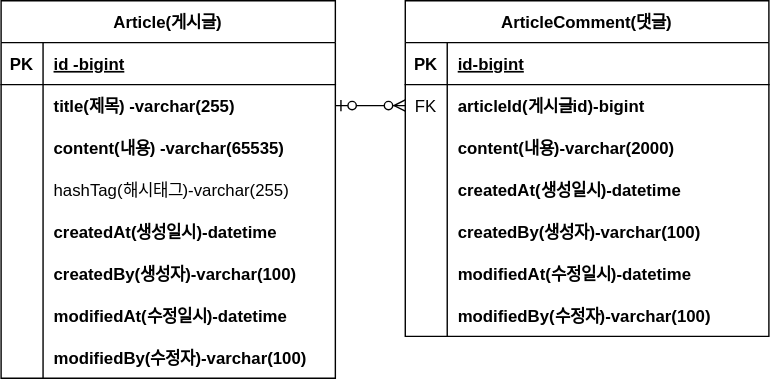
Earlier version of the draw.io export document/게시판ERD.drawio.svg (ohmymoon-216/board). Source tidied: cells renumbered, new cells last; positions are measured from the earlier drawing's top-left corner, leaving out a move shared by most shapes.
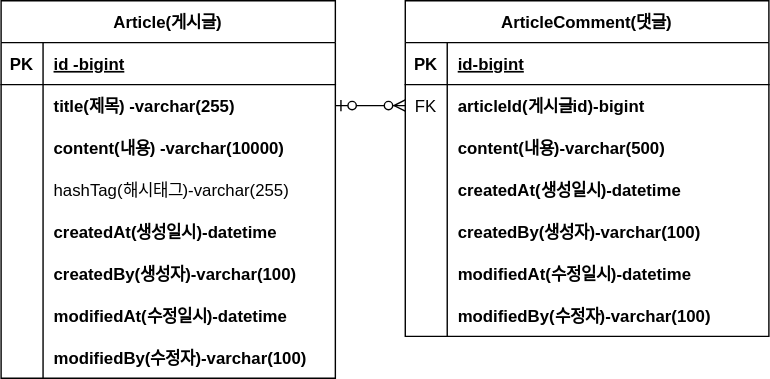
After the change.

Commit message:
#10 - erd  업데이트: content  사이즈 변경

What changed in the source:
```diff
@@ -29,7 +29,7 @@
     <mxCell id="10" style="shape=partialRectangle;fillColor=none;top=0;left=0;bottom=0;right=0;overflow=hidden;" parent="9" vertex="1">
       <mxGeometry width="30" height="30" as="geometry" />
     </mxCell>
-    <mxCell id="11" value="content(내용) -varchar(65535)" style="shape=partialRectangle;fillColor=none;top=0;left=0;bottom=0;right=0;align=left;spacingLeft=6;overflow=hidden;fontStyle=1;" parent="9" vertex="1">
+    <mxCell id="11" value="content(내용) -varchar(10000)" style="shape=partialRectangle;fillColor=none;top=0;left=0;bottom=0;right=0;align=left;spacingLeft=6;overflow=hidden;fontStyle=1;" parent="9" vertex="1">
       <mxGeometry x="30" width="209" height="30" as="geometry" />
     </mxCell>
     <mxCell id="12" style="shape=tableRow;horizontal=0;startSize=0;swimlaneHead=0;swimlaneBody=0;fillColor=none;top=0;left=0;right=0;bottom=0;" parent="2" vertex="1">
@@ -104,7 +104,7 @@
     <mxCell id="35" style="shape=partialRectangle;fillColor=none;top=0;left=0;bottom=0;right=0;overflow=hidden;" parent="34" vertex="1">
       <mxGeometry width="30" height="30" as="geometry" />
     </mxCell>
-    <mxCell id="36" value="content(내용)-varchar(2000)" style="shape=partialRectangle;fillColor=none;top=0;left=0;bottom=0;right=0;align=left;spacingLeft=6;overflow=hidden;fontStyle=1;" parent="34" vertex="1">
+    <mxCell id="36" value="content(내용)-varchar(500)" style="shape=partialRectangle;fillColor=none;top=0;left=0;bottom=0;right=0;align=left;spacingLeft=6;overflow=hidden;fontStyle=1;" parent="34" vertex="1">
       <mxGeometry x="30" width="230" height="30" as="geometry" />
     </mxCell>
     <mxCell id="37" style="shape=tableRow;horizontal=0;startSize=0;swimlaneHead=0;swimlaneBody=0;fillColor=none;top=0;left=0;right=0;bottom=0;" parent="27" vertex="1">
```
